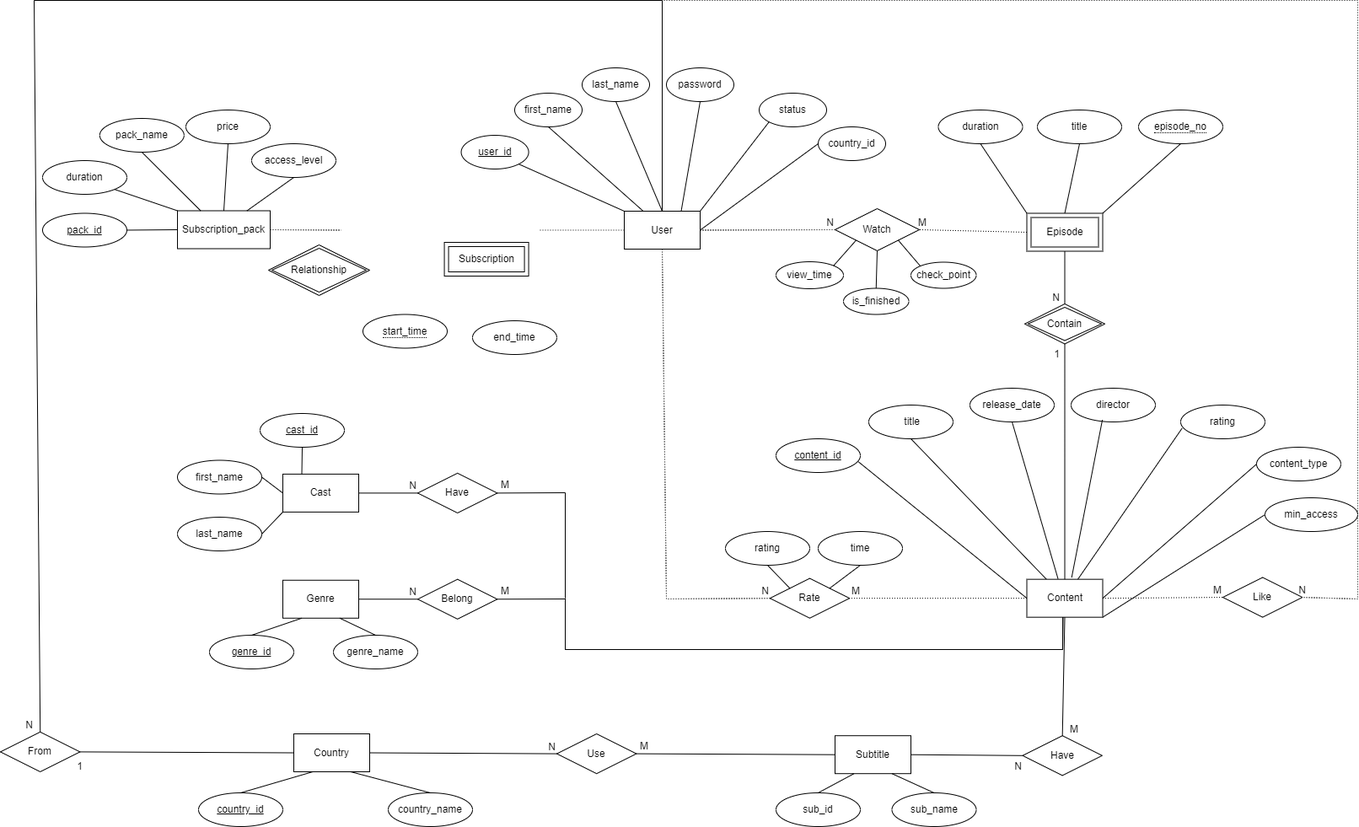
Above: Movie_stream_ERD.png in mtrung12/Movie_streaming_db (draw.io), before the change. Source tidied: cells renumbered, new cells last; positions are measured from the earlier drawing's top-left corner, leaving out a move shared by most shapes.
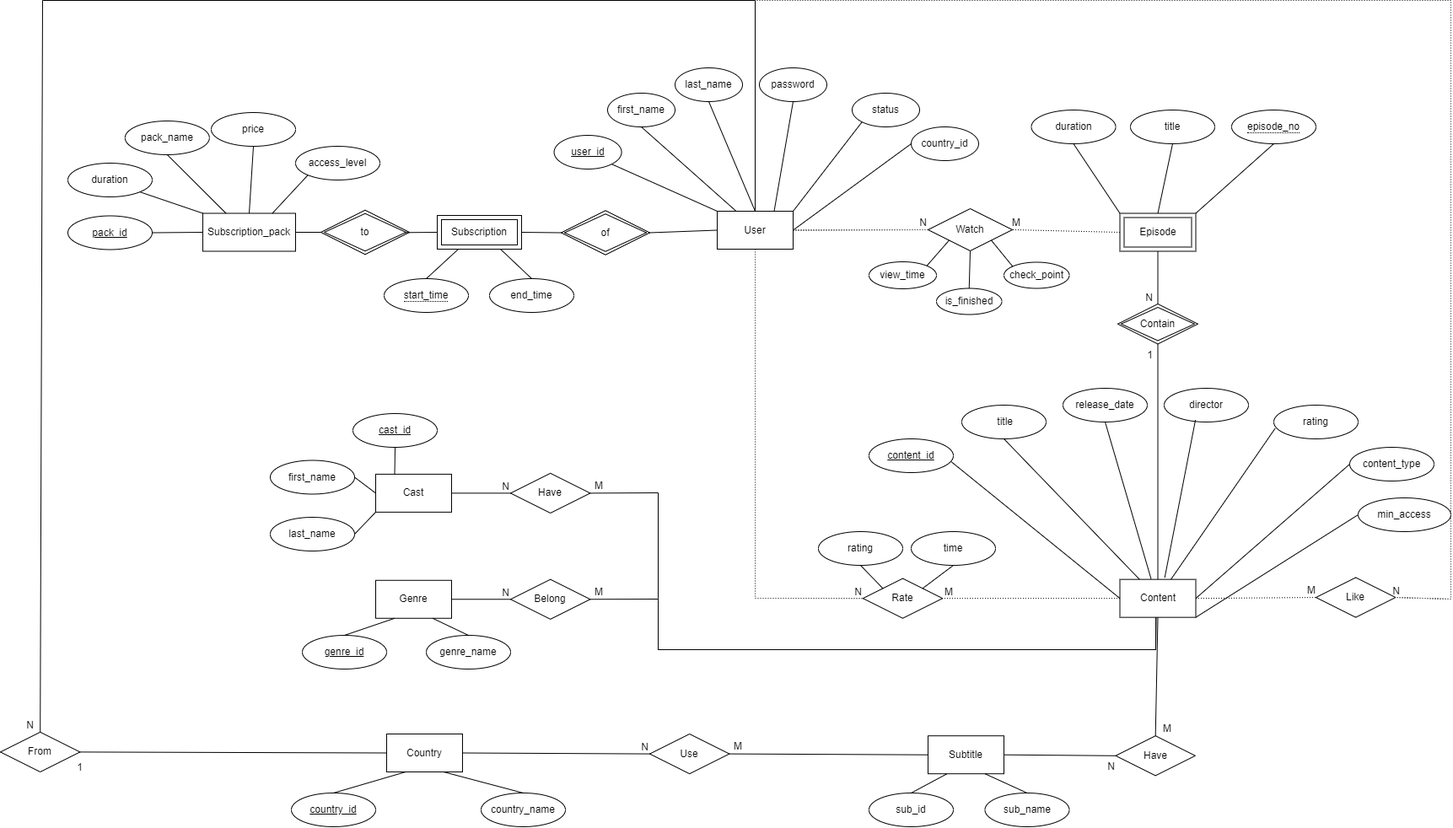
The same diagram one commit later.

Change to the diagram source:
```diff
@@ -156,19 +156,19 @@
       <mxGeometry x="395" y="753" width="100" height="40" as="geometry" />
     </mxCell>
     <mxCell id="51" value="&lt;font style=&quot;font-size: 12px;&quot;&gt;Subscription_pack&lt;/font&gt;" style="rounded=0;whiteSpace=wrap;html=1;" parent="1" vertex="1">
-      <mxGeometry x="210" y="249.5" width="110" height="45" as="geometry" />
+      <mxGeometry x="130" y="252.5" width="110" height="45" as="geometry" />
     </mxCell>
     <mxCell id="52" value="pack_id" style="ellipse;whiteSpace=wrap;html=1;align=center;fontStyle=4;" parent="1" vertex="1">
-      <mxGeometry x="50" y="252.5" width="100" height="40" as="geometry" />
+      <mxGeometry x="-30" y="255.5" width="100" height="40" as="geometry" />
     </mxCell>
     <mxCell id="53" value="pack_name" style="ellipse;whiteSpace=wrap;html=1;align=center;" parent="1" vertex="1">
-      <mxGeometry x="117.8" y="140" width="100" height="40" as="geometry" />
+      <mxGeometry x="37.8" y="143" width="100" height="40" as="geometry" />
     </mxCell>
     <mxCell id="54" value="duration" style="ellipse;whiteSpace=wrap;html=1;align=center;" parent="1" vertex="1">
-      <mxGeometry x="50" y="190" width="100" height="40" as="geometry" />
+      <mxGeometry x="-30" y="193" width="100" height="40" as="geometry" />
     </mxCell>
     <mxCell id="55" value="price" style="ellipse;whiteSpace=wrap;html=1;align=center;" parent="1" vertex="1">
-      <mxGeometry x="220" y="130" width="100" height="40" as="geometry" />
+      <mxGeometry x="140" y="133" width="100" height="40" as="geometry" />
     </mxCell>
     <mxCell id="56" style="endArrow=none;html=1;rounded=0;exitX=1;exitY=0.5;exitDx=0;exitDy=0;entryX=0;entryY=0.5;entryDx=0;entryDy=0;" parent="1" edge="1" source="52" target="51">
       <mxGeometry relative="1" as="geometry" />
@@ -182,16 +182,6 @@
     <mxCell id="59" style="endArrow=none;html=1;rounded=0;entryX=0.5;entryY=0;entryDx=0;entryDy=0;exitX=0.5;exitY=1;exitDx=0;exitDy=0;" parent="1" edge="1" source="55" target="51">
       <mxGeometry relative="1" as="geometry" />
     </mxCell>
-    <mxCell id="60" style="endArrow=none;html=1;rounded=0;dashed=1;dashPattern=1 2;entryX=0;entryY=0.5;entryDx=0;entryDy=0;exitX=1;exitY=0.5;exitDx=0;exitDy=0;" parent="1" edge="1" source="51">
-      <mxGeometry relative="1" as="geometry">
-        <mxPoint x="404.4" y="272.5" as="targetPoint" />
-      </mxGeometry>
-    </mxCell>
-    <mxCell id="61" style="endArrow=none;html=1;rounded=0;dashed=1;dashPattern=1 2;entryX=1;entryY=0.5;entryDx=0;entryDy=0;exitX=0;exitY=0.5;exitDx=0;exitDy=0;" parent="1" edge="1" source="21">
-      <mxGeometry relative="1" as="geometry">
-        <mxPoint x="638.8" y="272.5" as="targetPoint" />
-      </mxGeometry>
-    </mxCell>
     <mxCell id="62" value="Belong" style="shape=rhombus;perimeter=rhombusPerimeter;whiteSpace=wrap;html=1;align=center;" parent="1" vertex="1">
       <mxGeometry x="495" y="686.7" width="94.4" height="47.2" as="geometry" />
     </mxCell>
@@ -260,7 +250,7 @@
     <mxCell id="78" style="endArrow=none;html=1;rounded=0;dashed=1;dashPattern=1 2;exitX=0.5;exitY=1;exitDx=0;exitDy=0;entryX=0;entryY=0.5;entryDx=0;entryDy=0;" parent="1" edge="1" source="21" target="77">
       <mxGeometry relative="1" as="geometry">
         <Array as="points">
-          <mxPoint x="790" y="710" />
+          <mxPoint x="785" y="709" />
         </Array>
       </mxGeometry>
     </mxCell>
@@ -357,7 +347,7 @@
       </mxGeometry>
     </mxCell>
     <mxCell id="107" value="From" style="shape=rhombus;perimeter=rhombusPerimeter;whiteSpace=wrap;html=1;align=center;" parent="1" vertex="1">
-      <mxGeometry y="867.8" width="94.4" height="47.2" as="geometry" />
+      <mxGeometry x="-110" y="867.8" width="94.4" height="47.2" as="geometry" />
     </mxCell>
     <mxCell id="108" style="endArrow=none;html=1;rounded=0;entryX=1;entryY=0.5;entryDx=0;entryDy=0;exitX=0;exitY=0.5;exitDx=0;exitDy=0;" parent="1" edge="1" source="88" target="107">
       <mxGeometry relative="1" as="geometry" />
@@ -371,7 +361,7 @@
       <mxGeometry relative="1" as="geometry">
         <Array as="points">
           <mxPoint x="785" />
-          <mxPoint x="40" />
+          <mxPoint x="-60" />
         </Array>
       </mxGeometry>
     </mxCell>
@@ -413,9 +403,9 @@
       <mxGeometry x="1" relative="1" as="geometry" />
     </mxCell>
     <mxCell id="120" value="access_level" style="ellipse;whiteSpace=wrap;html=1;align=center;" parent="1" vertex="1">
-      <mxGeometry x="298" y="170" width="100" height="40" as="geometry" />
+      <mxGeometry x="240" y="173" width="100" height="40" as="geometry" />
     </mxCell>
-    <mxCell id="121" style="endArrow=none;html=1;rounded=0;entryX=0.75;entryY=0;entryDx=0;entryDy=0;exitX=0.5;exitY=1;exitDx=0;exitDy=0;" parent="1" edge="1" source="120" target="51">
+    <mxCell id="121" style="endArrow=none;html=1;rounded=0;entryX=0.75;entryY=0;entryDx=0;entryDy=0;exitX=0;exitY=1;exitDx=0;exitDy=0;" parent="1" edge="1" source="120" target="51">
       <mxGeometry relative="1" as="geometry" />
     </mxCell>
     <mxCell id="122" value="min_access" style="ellipse;whiteSpace=wrap;html=1;align=center;" parent="1" vertex="1">
@@ -425,16 +415,16 @@
       <mxGeometry relative="1" as="geometry" />
     </mxCell>
     <mxCell id="124" value="Subscription" style="shape=ext;margin=3;double=1;whiteSpace=wrap;html=1;align=center;" parent="1" vertex="1">
-      <mxGeometry x="526.6" y="287" width="100" height="40" as="geometry" />
+      <mxGeometry x="408" y="255" width="100" height="40" as="geometry" />
     </mxCell>
     <mxCell id="125" value="&lt;span style=&quot;border-bottom: 1px dotted&quot;&gt;start_time&lt;/span&gt;" style="ellipse;whiteSpace=wrap;html=1;align=center;" parent="1" vertex="1">
-      <mxGeometry x="430" y="372.5" width="100" height="40" as="geometry" />
+      <mxGeometry x="345" y="330" width="100" height="40" as="geometry" />
     </mxCell>
     <mxCell id="126" value="end_time" style="ellipse;whiteSpace=wrap;html=1;align=center;" parent="1" vertex="1">
-      <mxGeometry x="560" y="380" width="100" height="40" as="geometry" />
+      <mxGeometry x="470" y="330" width="100" height="40" as="geometry" />
     </mxCell>
-    <mxCell id="127" value="Relationship" style="shape=rhombus;double=1;perimeter=rhombusPerimeter;whiteSpace=wrap;html=1;align=center;" parent="1" vertex="1">
-      <mxGeometry x="318" y="290" width="120" height="60" as="geometry" />
+    <mxCell id="127" value="to" style="shape=rhombus;double=1;perimeter=rhombusPerimeter;whiteSpace=wrap;html=1;align=center;" parent="1" vertex="1">
+      <mxGeometry x="270" y="248.8" width="105" height="52.5" as="geometry" />
     </mxCell>
     <mxCell id="128" value="Contain" style="shape=rhombus;double=1;perimeter=rhombusPerimeter;whiteSpace=wrap;html=1;align=center;" parent="1" vertex="1">
       <mxGeometry x="1215" y="360" width="95" height="47.5" as="geometry" />
@@ -445,5 +435,26 @@
     <mxCell id="130" value="&lt;span style=&quot;border-bottom: 1px dotted&quot;&gt;episode_no&lt;/span&gt;" style="ellipse;whiteSpace=wrap;html=1;align=center;" parent="1" vertex="1">
       <mxGeometry x="1350" y="130" width="100" height="40" as="geometry" />
     </mxCell>
+    <mxCell id="131" value="of" style="shape=rhombus;double=1;perimeter=rhombusPerimeter;whiteSpace=wrap;html=1;align=center;" parent="1" vertex="1">
+      <mxGeometry x="555" y="249.2" width="105" height="52.5" as="geometry" />
+    </mxCell>
+    <mxCell id="132" style="endArrow=none;html=1;rounded=0;entryX=1;entryY=0.5;entryDx=0;entryDy=0;exitX=0;exitY=0.5;exitDx=0;exitDy=0;" parent="1" edge="1" source="127" target="51">
+      <mxGeometry relative="1" as="geometry" />
+    </mxCell>
+    <mxCell id="133" style="endArrow=none;html=1;rounded=0;entryX=0.946;entryY=0.506;entryDx=0;entryDy=0;exitX=0;exitY=0.5;exitDx=0;exitDy=0;entryPerimeter=0;" parent="1" edge="1" source="124" target="127">
+      <mxGeometry relative="1" as="geometry" />
+    </mxCell>
+    <mxCell id="134" style="endArrow=none;html=1;rounded=0;entryX=1;entryY=0.5;entryDx=0;entryDy=0;exitX=0;exitY=0.5;exitDx=0;exitDy=0;" parent="1" edge="1" source="131" target="124">
+      <mxGeometry relative="1" as="geometry" />
+    </mxCell>
+    <mxCell id="135" style="endArrow=none;html=1;rounded=0;entryX=1;entryY=0.5;entryDx=0;entryDy=0;exitX=0;exitY=0.5;exitDx=0;exitDy=0;" parent="1" edge="1" source="21" target="131">
+      <mxGeometry relative="1" as="geometry" />
+    </mxCell>
+    <mxCell id="136" style="endArrow=none;html=1;rounded=0;entryX=0.5;entryY=0;entryDx=0;entryDy=0;exitX=0.25;exitY=1;exitDx=0;exitDy=0;" parent="1" edge="1" source="124" target="125">
+      <mxGeometry relative="1" as="geometry" />
+    </mxCell>
+    <mxCell id="137" style="endArrow=none;html=1;rounded=0;entryX=0.5;entryY=0;entryDx=0;entryDy=0;exitX=0.75;exitY=1;exitDx=0;exitDy=0;" parent="1" edge="1" source="124" target="126">
+      <mxGeometry relative="1" as="geometry" />
+    </mxCell>
   </root>
 </mxGraphModel>
```
